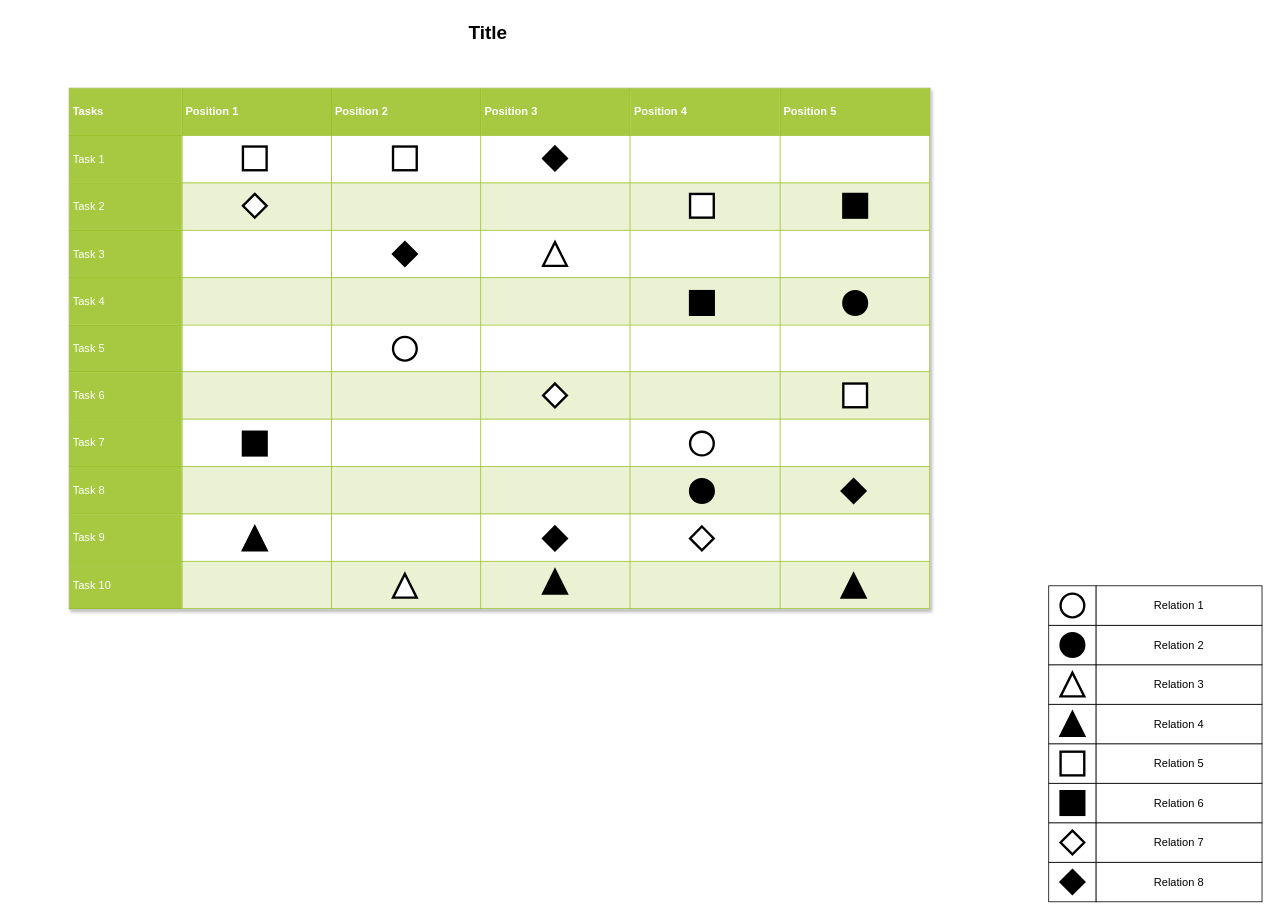
Before: LORA.drawio in xingxing7290/Hello-World, a draw.io diagram. Source tidied: cells renumbered, new cells numbered last; positions are measured from the earlier drawing's top-left corner, leaving out a move shared by most shapes. Both pictures are drawn from the tidied source at 79%, with x=0, y=0 at pixel (69, 17).
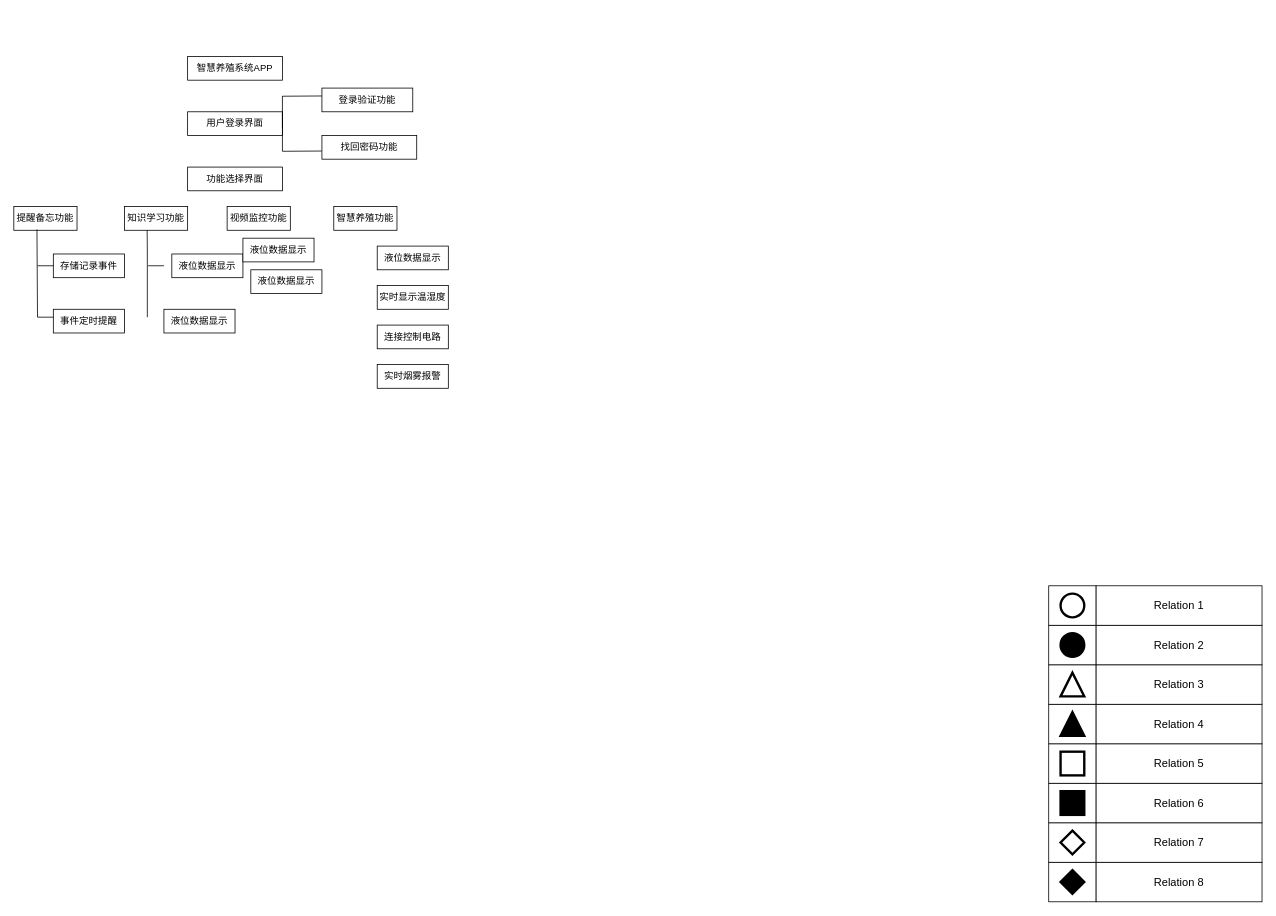
Above is the later version.

What changed in the source:
```diff
@@
-    <mxCell id="19" value="&lt;table border=&quot;1&quot; width=&quot;100%&quot; cellpadding=&quot;4&quot; style=&quot;width: 100% ; height: 100% ; border-collapse: collapse&quot;&gt;&lt;tbody&gt;&lt;tr style=&quot;background-color: #a7c942 ; color: #ffffff ; border: 1px solid #98bf21&quot;&gt;&lt;th&gt;Tasks&lt;/th&gt;&lt;th&gt;Position 1&lt;/th&gt;&lt;th&gt;Position 2&lt;/th&gt;&lt;th&gt;Position 3&lt;/th&gt;&lt;th&gt;Position 4&lt;/th&gt;&lt;th&gt;Position 5&lt;/th&gt;&lt;/tr&gt;&lt;tr style=&quot;border: 1px solid #98bf21&quot;&gt;&lt;td style=&quot;background-color: #a7c942 ; color: #ffffff ; border: 1px solid #98bf21&quot;&gt;Task 1&lt;/td&gt;&lt;td&gt;&lt;/td&gt;&lt;td&gt;&lt;/td&gt;&lt;td&gt;&lt;br&gt;&lt;/td&gt;&lt;td&gt;&lt;br&gt;&lt;/td&gt;&lt;td&gt;&lt;br&gt;&lt;/td&gt;&lt;/tr&gt;&lt;tr style=&quot;background-color: #eaf2d3 ; border: 1px solid #98bf21&quot;&gt;&lt;td style=&quot;background-color: #a7c942 ; color: #ffffff ; border: 1px solid #98bf21&quot;&gt;Task 2&lt;/td&gt;&lt;td&gt;&lt;/td&gt;&lt;td&gt;&lt;/td&gt;&lt;td&gt;&lt;br&gt;&lt;/td&gt;&lt;td&gt;&lt;br&gt;&lt;/td&gt;&lt;td&gt;&lt;br&gt;&lt;/td&gt;&lt;/tr&gt;&lt;tr style=&quot;border: 1px solid #98bf21&quot;&gt;&lt;td style=&quot;background-color: #a7c942 ; color: #ffffff ; border: 1px solid #98bf21&quot;&gt;Task 3&lt;/td&gt;&lt;td&gt;&lt;/td&gt;&lt;td&gt;&lt;/td&gt;&lt;td&gt;&lt;br&gt;&lt;/td&gt;&lt;td&gt;&lt;br&gt;&lt;/td&gt;&lt;td&gt;&lt;br&gt;&lt;/td&gt;&lt;/tr&gt;&lt;tr style=&quot;background-color: #eaf2d3 ; border: 1px solid #98bf21&quot;&gt;&lt;td style=&quot;background-color: #a7c942 ; color: #ffffff ; border: 1px solid #98bf21&quot;&gt;Task 4&lt;/td&gt;&lt;td&gt;&lt;/td&gt;&lt;td&gt;&lt;/td&gt;&lt;td&gt;&lt;br&gt;&lt;/td&gt;&lt;td&gt;&lt;br&gt;&lt;/td&gt;&lt;td&gt;&lt;br&gt;&lt;/td&gt;&lt;/tr&gt;&lt;tr style=&quot;border: 1px solid #98bf21&quot;&gt;&lt;td style=&quot;background-color: #a7c942 ; color: #ffffff ; border: 1px solid #98bf21&quot;&gt;Task 5&lt;br&gt;&lt;/td&gt;&lt;td&gt;&lt;br&gt;&lt;/td&gt;&lt;td&gt;&lt;br&gt;&lt;/td&gt;&lt;td&gt;&lt;br&gt;&lt;/td&gt;&lt;td&gt;&lt;br&gt;&lt;/td&gt;&lt;td&gt;&lt;br&gt;&lt;/td&gt;&lt;/tr&gt;&lt;tr style=&quot;background-color: #eaf2d3 ; border: 1px solid #98bf21&quot;&gt;&lt;td style=&quot;background-color: #a7c942 ; color: #ffffff ; border: 1px solid #98bf21&quot;&gt;Task 6&lt;br&gt;&lt;/td&gt;&lt;td&gt;&lt;br&gt;&lt;/td&gt;&lt;td&gt;&lt;br&gt;&lt;/td&gt;&lt;td&gt;&lt;br&gt;&lt;/td&gt;&lt;td&gt;&lt;br&gt;&lt;/td&gt;&lt;td&gt;&lt;br&gt;&lt;/td&gt;&lt;/tr&gt;&lt;tr style=&quot;border: 1px solid #98bf21&quot;&gt;&lt;td style=&quot;background-color: #a7c942 ; color: #ffffff ; border: 1px solid #98bf21&quot;&gt;Task 7&lt;br&gt;&lt;/td&gt;&lt;td&gt;&lt;br&gt;&lt;/td&gt;&lt;td&gt;&lt;br&gt;&lt;/td&gt;&lt;td&gt;&lt;br&gt;&lt;/td&gt;&lt;td&gt;&lt;br&gt;&lt;/td&gt;&lt;td&gt;&lt;br&gt;&lt;/td&gt;&lt;/tr&gt;&lt;tr style=&quot;background-color: #eaf2d3 ; border: 1px solid #98bf21&quot;&gt;&lt;td style=&quot;background-color: #a7c942 ; color: #ffffff ; border: 1px solid #98bf21&quot;&gt;Task 8&lt;br&gt;&lt;/td&gt;&lt;td&gt;&lt;br&gt;&lt;/td&gt;&lt;td&gt;&lt;br&gt;&lt;/td&gt;&lt;td&gt;&lt;br&gt;&lt;/td&gt;&lt;td&gt;&lt;br&gt;&lt;/td&gt;&lt;td&gt;&lt;br&gt;&lt;/td&gt;&lt;/tr&gt;&lt;tr style=&quot;border: 1px solid #98bf21&quot;&gt;&lt;td style=&quot;background-color: #a7c942 ; color: #ffffff ; border: 1px solid #98bf21&quot;&gt;Task 9&lt;br&gt;&lt;/td&gt;&lt;td&gt;&lt;br&gt;&lt;/td&gt;&lt;td&gt;&lt;br&gt;&lt;/td&gt;&lt;td&gt;&lt;br&gt;&lt;/td&gt;&lt;td&gt;&lt;br&gt;&lt;/td&gt;&lt;td&gt;&lt;br&gt;&lt;/td&gt;&lt;/tr&gt;&lt;tr style=&quot;background-color: #eaf2d3 ; border: 1px solid #98bf21&quot;&gt;&lt;td style=&quot;background-color: #a7c942 ; color: #ffffff ; border: 1px solid #98bf21&quot;&gt;Task 10&lt;br&gt;&lt;/td&gt;&lt;td&gt;&lt;br&gt;&lt;/td&gt;&lt;td&gt;&lt;br&gt;&lt;/td&gt;&lt;td&gt;&lt;br&gt;&lt;/td&gt;&lt;td&gt;&lt;br&gt;&lt;/td&gt;&lt;td&gt;&lt;br&gt;&lt;/td&gt;&lt;/tr&gt;&lt;/tbody&gt;&lt;/table&gt;" style="text;html=1;strokeColor=#c0c0c0;fillColor=#ffffff;overflow=fill;rounded=0;shadow=1;fontSize=14;fontColor=#000000;" parent="1" vertex="1">
-      <mxGeometry y="90" width="1090" height="660" as="geometry" />
-    </mxCell>
-    <mxCell id="20" value="Title" style="text;strokeColor=none;fillColor=none;html=1;fontSize=24;fontStyle=1;verticalAlign=middle;align=center;rounded=0;shadow=1;" parent="1" vertex="1">
-      <mxGeometry x="140" width="780" height="40" as="geometry" />
-    </mxCell>
@@
-    <mxCell id="28" style="ellipse;whiteSpace=wrap;html=1;rounded=0;shadow=0;strokeWidth=3;fontSize=14;" parent="1" vertex="1">
-      <mxGeometry x="786" y="525" width="30" height="30" as="geometry" />
-    </mxCell>
-    <mxCell id="29" style="ellipse;whiteSpace=wrap;html=1;rounded=0;shadow=0;strokeWidth=3;fontSize=14;" parent="1" vertex="1">
-      <mxGeometry x="410" y="405" width="30" height="30" as="geometry" />
-    </mxCell>
-    <mxCell id="30" style="ellipse;whiteSpace=wrap;html=1;rounded=0;shadow=0;strokeWidth=3;fontSize=14;fillColor=#000000;" parent="1" vertex="1">
-      <mxGeometry x="980" y="347" width="30" height="30" as="geometry" />
-    </mxCell>
-    <mxCell id="31" style="ellipse;whiteSpace=wrap;html=1;rounded=0;shadow=0;strokeWidth=3;fontSize=14;fillColor=#000000;" parent="1" vertex="1">
-      <mxGeometry x="786" y="585" width="30" height="30" as="geometry" />
-    </mxCell>
-    <mxCell id="32" style="triangle;whiteSpace=wrap;html=1;rounded=0;shadow=0;strokeWidth=3;fontSize=14;direction=north;" parent="1" vertex="1">
-      <mxGeometry x="410" y="705" width="30" height="30" as="geometry" />
-    </mxCell>
-    <mxCell id="33" style="triangle;whiteSpace=wrap;html=1;rounded=0;shadow=0;strokeWidth=3;fontSize=14;direction=north;" parent="1" vertex="1">
-      <mxGeometry x="600" y="285" width="30" height="30" as="geometry" />
-    </mxCell>
-    <mxCell id="34" style="triangle;whiteSpace=wrap;html=1;rounded=0;shadow=0;strokeWidth=3;fillColor=#000000;fontSize=14;direction=north;" parent="1" vertex="1">
-      <mxGeometry x="978" y="705" width="30" height="30" as="geometry" />
-    </mxCell>
-    <mxCell id="35" style="triangle;whiteSpace=wrap;html=1;rounded=0;shadow=0;strokeWidth=3;fillColor=#000000;fontSize=14;direction=north;" parent="1" vertex="1">
-      <mxGeometry x="600" y="700" width="30" height="30" as="geometry" />
-    </mxCell>
-    <mxCell id="36" style="triangle;whiteSpace=wrap;html=1;rounded=0;shadow=0;strokeWidth=3;fillColor=#000000;fontSize=14;direction=north;" parent="1" vertex="1">
-      <mxGeometry x="220" y="645" width="30" height="30" as="geometry" />
-    </mxCell>
-    <mxCell id="37" style="whiteSpace=wrap;html=1;rounded=0;shadow=0;strokeWidth=3;fontSize=14;" parent="1" vertex="1">
-      <mxGeometry x="220" y="164" width="30" height="30" as="geometry" />
-    </mxCell>
-    <mxCell id="38" style="whiteSpace=wrap;html=1;rounded=0;shadow=0;strokeWidth=3;fontSize=14;" parent="1" vertex="1">
-      <mxGeometry x="410" y="164" width="30" height="30" as="geometry" />
-    </mxCell>
-    <mxCell id="39" style="whiteSpace=wrap;html=1;rounded=0;shadow=0;strokeWidth=3;fontSize=14;" parent="1" vertex="1">
-      <mxGeometry x="786" y="224" width="30" height="30" as="geometry" />
-    </mxCell>
-    <mxCell id="40" style="whiteSpace=wrap;html=1;rounded=0;shadow=0;strokeWidth=3;fillColor=#ffffff;fontSize=14;" parent="1" vertex="1">
-      <mxGeometry x="980" y="464" width="30" height="30" as="geometry" />
-    </mxCell>
-    <mxCell id="41" style="whiteSpace=wrap;html=1;rounded=0;shadow=0;strokeWidth=3;fillColor=#000000;fontSize=14;" parent="1" vertex="1">
-      <mxGeometry x="220" y="525" width="30" height="30" as="geometry" />
-    </mxCell>
-    <mxCell id="42" style="whiteSpace=wrap;html=1;rounded=0;shadow=0;strokeWidth=3;fillColor=#000000;fontSize=14;" parent="1" vertex="1">
-      <mxGeometry x="786" y="347" width="30" height="30" as="geometry" />
-    </mxCell>
-    <mxCell id="43" style="whiteSpace=wrap;html=1;rounded=0;shadow=0;strokeWidth=3;fillColor=#000000;fontSize=14;" parent="1" vertex="1">
-      <mxGeometry x="980" y="224" width="30" height="30" as="geometry" />
-    </mxCell>
-    <mxCell id="44" style="rhombus;whiteSpace=wrap;html=1;rounded=0;shadow=0;strokeWidth=3;fontSize=14;" parent="1" vertex="1">
-      <mxGeometry x="600" y="464" width="30" height="30" as="geometry" />
-    </mxCell>
-    <mxCell id="45" style="rhombus;whiteSpace=wrap;html=1;rounded=0;shadow=0;strokeWidth=3;fontSize=14;" parent="1" vertex="1">
-      <mxGeometry x="220" y="224" width="30" height="30" as="geometry" />
-    </mxCell>
-    <mxCell id="46" style="rhombus;whiteSpace=wrap;html=1;rounded=0;shadow=0;strokeWidth=3;fontSize=14;" parent="1" vertex="1">
-      <mxGeometry x="786" y="645" width="30" height="30" as="geometry" />
-    </mxCell>
-    <mxCell id="47" style="rhombus;whiteSpace=wrap;html=1;rounded=0;shadow=0;strokeWidth=3;fillColor=#000000;fontSize=14;" parent="1" vertex="1">
-      <mxGeometry x="978" y="585" width="30" height="30" as="geometry" />
-    </mxCell>
-    <mxCell id="48" style="rhombus;whiteSpace=wrap;html=1;rounded=0;shadow=0;strokeWidth=3;fillColor=#000000;fontSize=14;" parent="1" vertex="1">
-      <mxGeometry x="410" y="285" width="30" height="30" as="geometry" />
-    </mxCell>
-    <mxCell id="49" style="rhombus;whiteSpace=wrap;html=1;rounded=0;shadow=0;strokeWidth=3;fillColor=#000000;fontSize=14;" parent="1" vertex="1">
-      <mxGeometry x="600" y="164" width="30" height="30" as="geometry" />
-    </mxCell>
-    <mxCell id="50" style="rhombus;whiteSpace=wrap;html=1;rounded=0;shadow=0;strokeWidth=3;fillColor=#000000;fontSize=14;" parent="1" vertex="1">
-      <mxGeometry x="600" y="645" width="30" height="30" as="geometry" />
-    </mxCell>
+    <mxCell id="51" value="智慧养殖系统APP" style="rounded=0;whiteSpace=wrap;html=1;" parent="1" vertex="1">
+      <mxGeometry x="150" y="50" width="120" height="30" as="geometry" />
+    </mxCell>
+    <mxCell id="52" value="用户登录界面" style="rounded=0;whiteSpace=wrap;html=1;" parent="1" vertex="1">
+      <mxGeometry x="150" y="120" width="120" height="30" as="geometry" />
+    </mxCell>
+    <mxCell id="53" value="功能选择界面" style="rounded=0;whiteSpace=wrap;html=1;" parent="1" vertex="1">
+      <mxGeometry x="150" y="190" width="120" height="30" as="geometry" />
+    </mxCell>
+    <mxCell id="54" value="提醒备忘功能" style="rounded=0;whiteSpace=wrap;html=1;" parent="1" vertex="1">
+      <mxGeometry x="-70" y="240" width="80" height="30" as="geometry" />
+    </mxCell>
+    <mxCell id="55" value="视频监控功能" style="rounded=0;whiteSpace=wrap;html=1;" parent="1" vertex="1">
+      <mxGeometry x="200" y="240" width="80" height="30" as="geometry" />
+    </mxCell>
+    <mxCell id="56" value="知识学习功能" style="rounded=0;whiteSpace=wrap;html=1;" parent="1" vertex="1">
+      <mxGeometry x="70" y="240" width="80" height="30" as="geometry" />
+    </mxCell>
+    <mxCell id="57" value="智慧养殖功能" style="rounded=0;whiteSpace=wrap;html=1;" parent="1" vertex="1">
+      <mxGeometry x="335" y="240" width="80" height="30" as="geometry" />
+    </mxCell>
+    <mxCell id="58" value="实时显示温湿度" style="rounded=0;whiteSpace=wrap;html=1;" parent="1" vertex="1">
+      <mxGeometry x="390" y="340" width="90" height="30" as="geometry" />
+    </mxCell>
+    <mxCell id="59" value="连接控制电路" style="rounded=0;whiteSpace=wrap;html=1;" parent="1" vertex="1">
+      <mxGeometry x="390" y="390" width="90" height="30" as="geometry" />
+    </mxCell>
+    <mxCell id="60" value="实时烟雾报警" style="rounded=0;whiteSpace=wrap;html=1;" parent="1" vertex="1">
+      <mxGeometry x="390" y="440" width="90" height="30" as="geometry" />
+    </mxCell>
+    <mxCell id="61" value="登录验证功能" style="rounded=0;whiteSpace=wrap;html=1;" parent="1" vertex="1">
+      <mxGeometry x="320" y="90" width="115" height="30" as="geometry" />
+    </mxCell>
+    <mxCell id="62" value="找回密码功能" style="rounded=0;whiteSpace=wrap;html=1;" parent="1" vertex="1">
+      <mxGeometry x="320" y="150" width="120" height="30" as="geometry" />
+    </mxCell>
+    <mxCell id="63" value="液位数据显示" style="rounded=0;whiteSpace=wrap;html=1;" parent="1" vertex="1">
+      <mxGeometry x="390" y="290" width="90" height="30" as="geometry" />
+    </mxCell>
+    <mxCell id="64" value="存储记录事件" style="rounded=0;whiteSpace=wrap;html=1;" parent="1" vertex="1">
+      <mxGeometry x="-20" y="300" width="90" height="30" as="geometry" />
+    </mxCell>
+    <mxCell id="65" value="事件定时提醒" style="rounded=0;whiteSpace=wrap;html=1;" parent="1" vertex="1">
+      <mxGeometry x="-20" y="370" width="90" height="30" as="geometry" />
+    </mxCell>
+    <mxCell id="66" value="液位数据显示" style="rounded=0;whiteSpace=wrap;html=1;" parent="1" vertex="1">
+      <mxGeometry x="130" y="300" width="90" height="30" as="geometry" />
+    </mxCell>
+    <mxCell id="67" value="液位数据显示" style="rounded=0;whiteSpace=wrap;html=1;" parent="1" vertex="1">
+      <mxGeometry x="120" y="370" width="90" height="30" as="geometry" />
+    </mxCell>
+    <mxCell id="68" value="液位数据显示" style="rounded=0;whiteSpace=wrap;html=1;" parent="1" vertex="1">
+      <mxGeometry x="230" y="320" width="90" height="30" as="geometry" />
+    </mxCell>
+    <mxCell id="69" value="液位数据显示" style="rounded=0;whiteSpace=wrap;html=1;" parent="1" vertex="1">
+      <mxGeometry x="220" y="280" width="90" height="30" as="geometry" />
+    </mxCell>
+    <mxCell id="70" style="endArrow=none;html=1;strokeWidth=1;" parent="1" edge="1">
+      <mxGeometry relative="1" as="geometry">
+        <mxPoint x="270" y="140" as="sourcePoint" />
+        <mxPoint x="270" y="100" as="targetPoint" />
+      </mxGeometry>
+    </mxCell>
+    <mxCell id="71" style="endArrow=none;html=1;strokeWidth=1;" parent="1" edge="1">
+      <mxGeometry relative="1" as="geometry">
+        <mxPoint x="270" y="170" as="sourcePoint" />
+        <mxPoint x="270" y="120" as="targetPoint" />
+      </mxGeometry>
+    </mxCell>
+    <mxCell id="72" style="endArrow=none;html=1;strokeWidth=1;entryX=0;entryY=0.333;entryDx=0;entryDy=0;entryPerimeter=0;" parent="1" edge="1" target="61">
+      <mxGeometry relative="1" as="geometry">
+        <mxPoint x="270" y="100.3" as="sourcePoint" />
+      </mxGeometry>
+    </mxCell>
+    <mxCell id="73" style="endArrow=none;html=1;strokeWidth=1;entryX=-0.003;entryY=0.656;entryDx=0;entryDy=0;entryPerimeter=0;" parent="1" edge="1" target="62">
+      <mxGeometry relative="1" as="geometry">
+        <mxPoint x="270" y="170" as="sourcePoint" />
+      </mxGeometry>
+    </mxCell>
+    <mxCell id="74" style="endArrow=none;html=1;strokeWidth=1;entryX=0.366;entryY=0.967;entryDx=0;entryDy=0;entryPerimeter=0;" parent="1" edge="1" target="54">
+      <mxGeometry relative="1" as="geometry">
+        <mxPoint x="-40" y="380" as="sourcePoint" />
+      </mxGeometry>
+    </mxCell>
+    <mxCell id="75" style="endArrow=none;html=1;strokeWidth=1;" parent="1" edge="1">
+      <mxGeometry relative="1" as="geometry">
+        <mxPoint x="-40" y="314.9" as="sourcePoint" />
+        <mxPoint x="-20" y="314.9" as="targetPoint" />
+      </mxGeometry>
+    </mxCell>
+    <mxCell id="76" style="endArrow=none;html=1;strokeWidth=1;" parent="1" edge="1">
+      <mxGeometry relative="1" as="geometry">
+        <mxPoint x="-40" y="380" as="sourcePoint" />
+        <mxPoint x="-20" y="380" as="targetPoint" />
+        <Array as="points">
+          <mxPoint x="-20" y="380" />
+        </Array>
+      </mxGeometry>
+    </mxCell>
+    <mxCell id="77" style="endArrow=none;html=1;strokeWidth=1;entryX=0.359;entryY=0.994;entryDx=0;entryDy=0;entryPerimeter=0;" parent="1" edge="1" target="56">
+      <mxGeometry relative="1" as="geometry">
+        <mxPoint x="99" y="380" as="sourcePoint" />
+        <Array as="points">
+          <mxPoint x="99" y="290" />
+        </Array>
+      </mxGeometry>
+    </mxCell>
+    <mxCell id="78" style="endArrow=none;html=1;strokeWidth=1;" parent="1" edge="1">
+      <mxGeometry relative="1" as="geometry">
+        <mxPoint x="100" y="314.9" as="sourcePoint" />
+        <mxPoint x="120" y="314.9" as="targetPoint" />
+      </mxGeometry>
+    </mxCell>
```
